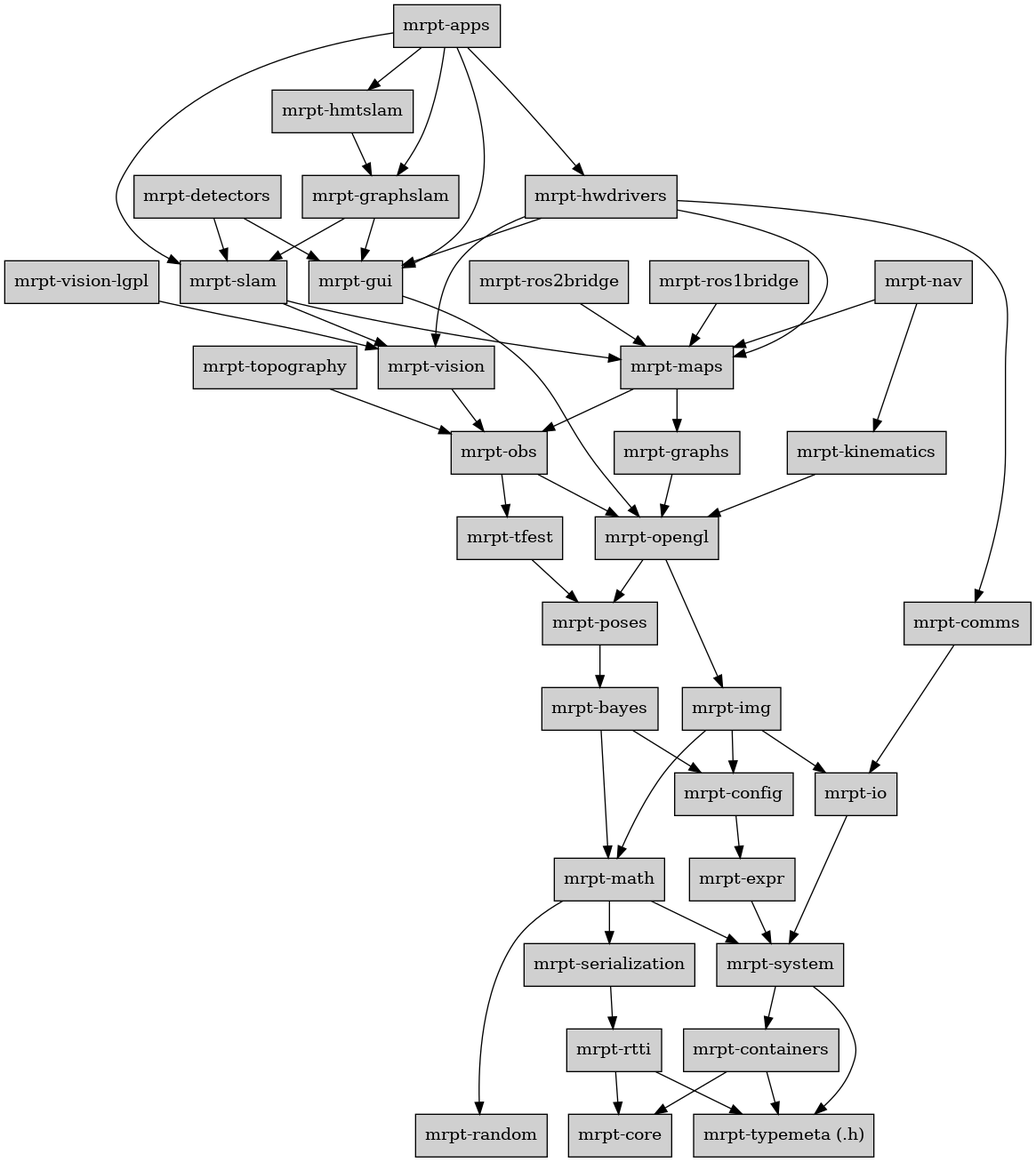
Earlier version of the Graphviz export doc/source/images/graph_mrpt_libs.png (MRPT/mrpt). Its source is kept beside it as doc/source/images/graph_mrpt_libs.dot.
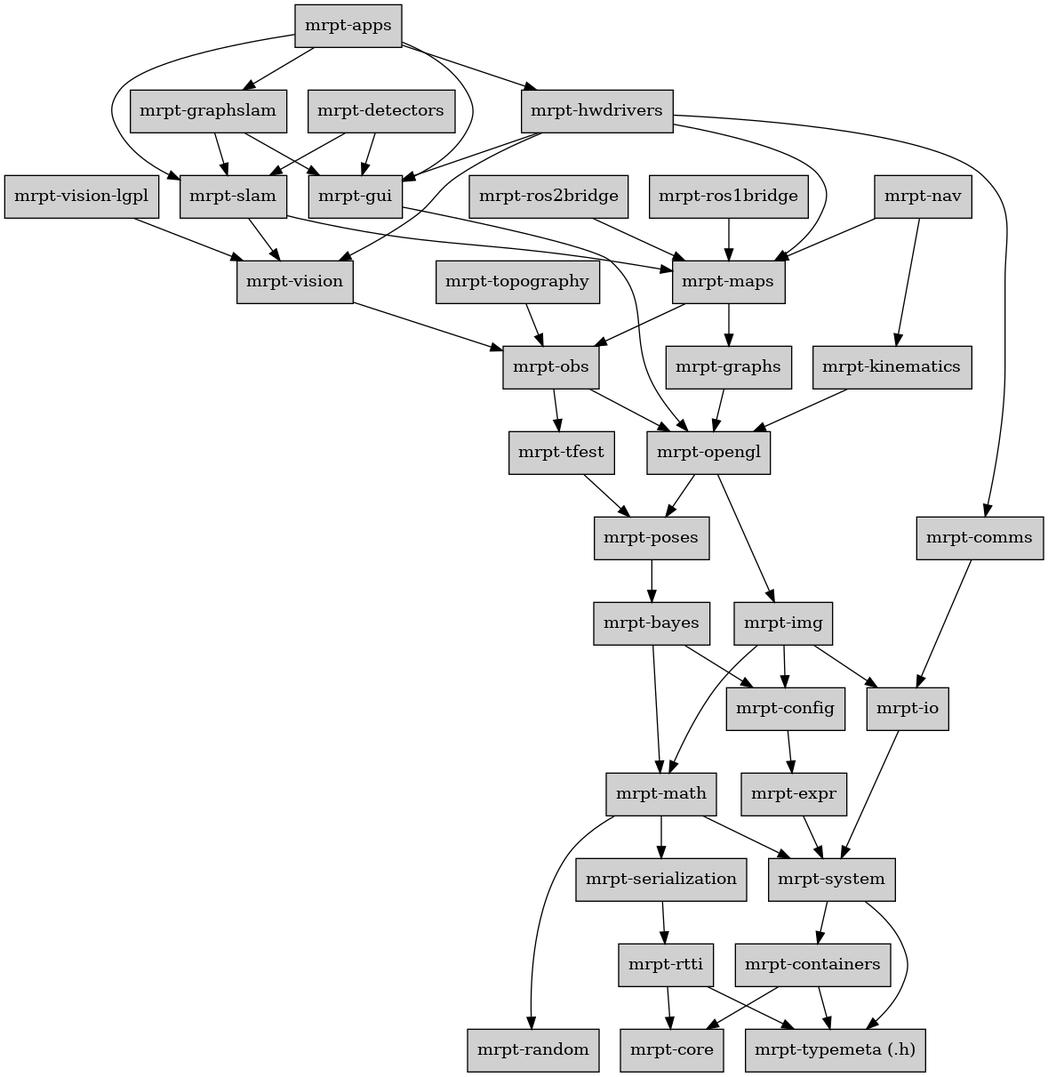
After the change.

Diff of the diagram source:
```diff
@@ -7,7 +7,6 @@
 	apps -> slam;
 	apps -> hwdrivers;
 	apps -> graphslam;
-	apps -> hmtslam;
 
 	bayes [label="mrpt-bayes",URL="group_mrpt_bayes_grp.html"];
 	bayes -> math;
@@ -43,9 +42,6 @@
 
 	gui        [label="mrpt-gui",URL="group_mrpt_gui_grp.html"];
 	gui -> opengl;
-
-	hmtslam    [label="mrpt-hmtslam",URL="group_mrpt_hmtslam_grp.html"];
-	hmtslam -> graphslam;
 
 	hwdrivers  [label="mrpt-hwdrivers",URL="group_mrpt_hwdrivers_grp.html"];
 	hwdrivers -> comms;
```
